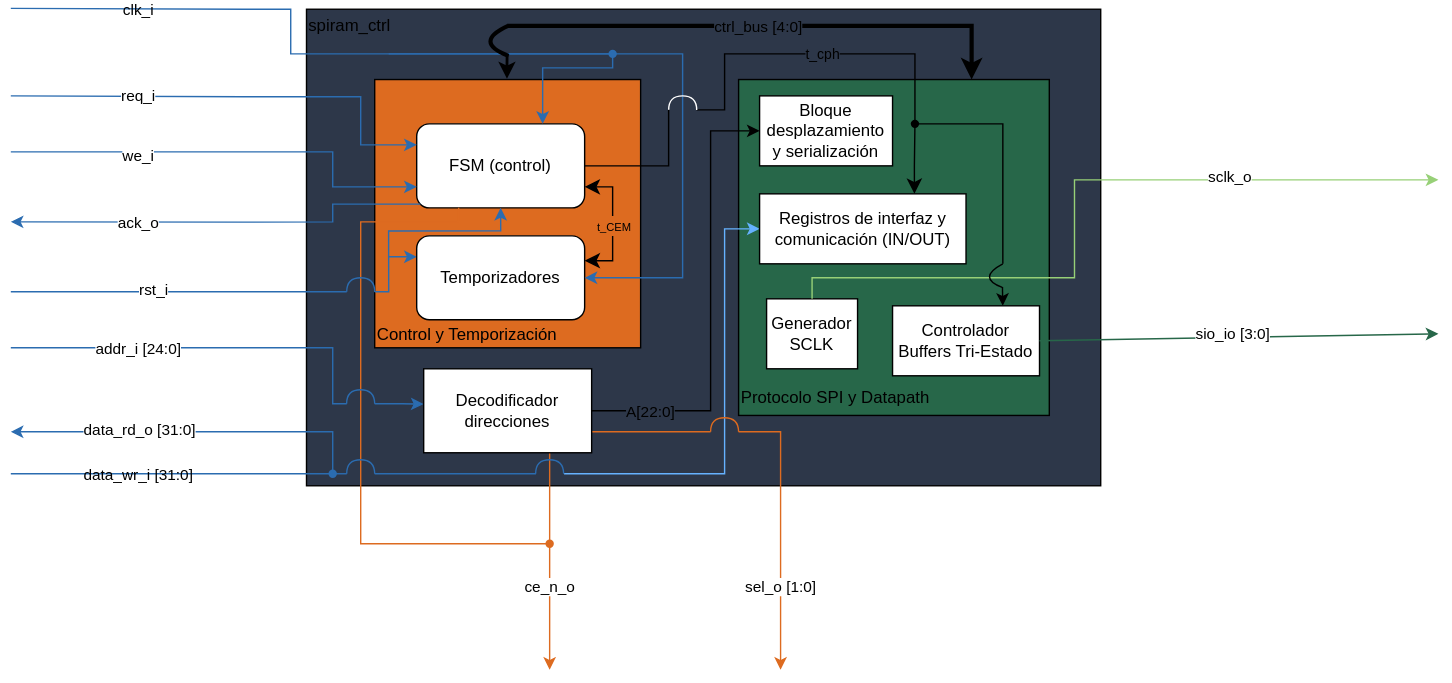
Above: Images/Expanded_Box.svg in KUBIX2026/SPI_RAM (draw.io), before the change. Source tidied: cells renumbered, new cells last; positions are measured from the earlier drawing's top-left corner, leaving out a move shared by most shapes.
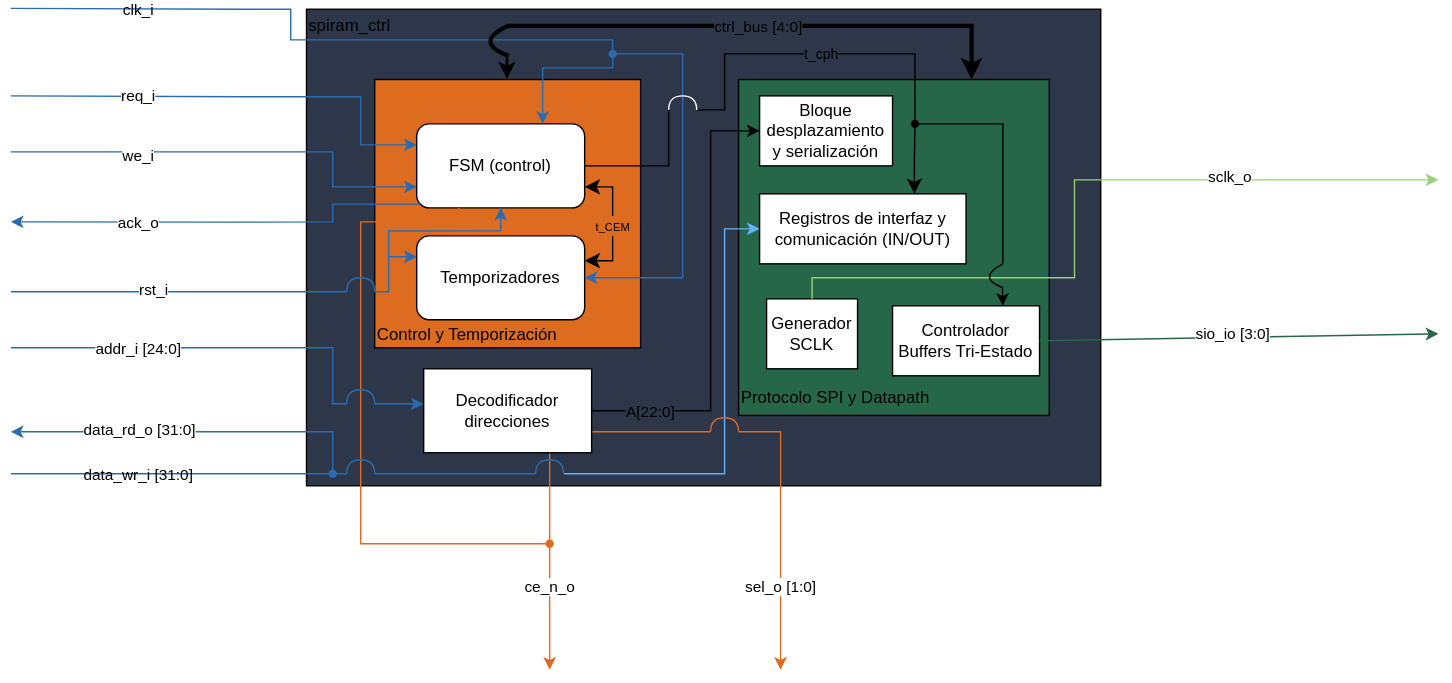
The same diagram one commit later.

Change to the diagram source:
```diff
@@ -124,29 +124,31 @@
     <mxCell id="25" value="Controlador Buffers Tri-Estado" style="rounded=0;whiteSpace=wrap;html=1;" parent="1" vertex="1">
       <mxGeometry x="630" y="213" width="105" height="50" as="geometry" />
     </mxCell>
-    <mxCell id="26" style="edgeStyle=none;rounded=0;jettySize=auto;html=1;exitDx=0;exitDy=0;defaultLabelBackgroundColor=page;strokeColor=light-dark(#2B6CB0,#2B6CB0);endArrow=none;endFill=0;startArrow=none;startFill=0;" parent="1" edge="1" source="30">
-      <mxGeometry x="-0.72" relative="1" as="geometry">
+    <mxCell id="26" style="edgeStyle=none;rounded=0;jettySize=auto;html=1;defaultLabelBackgroundColor=page;strokeColor=light-dark(#2B6CB0,#2B6CB0);endArrow=none;endFill=0;startArrow=none;startFill=0;exitX=0.446;exitY=-0.062;exitDx=0;exitDy=0;exitPerimeter=0;" parent="1" edge="1" source="30">
+      <mxGeometry x="-0.68" relative="1" as="geometry">
         <mxPoint y="0.5" as="targetPoint" />
         <Array as="points">
-          <mxPoint x="250" y="33" />
-          <mxPoint x="200" y="33" />
+          <mxPoint x="430" y="23" />
+          <mxPoint x="390" y="23" />
+          <mxPoint x="340" y="23" />
+          <mxPoint x="250" y="23" />
+          <mxPoint x="200" y="23" />
           <mxPoint x="200" y="1.1" />
           <mxPoint x="165.9" y="1.1" />
         </Array>
       </mxGeometry>
     </mxCell>
     <mxCell id="27" style="edgeStyle=none;rounded=0;jettySize=auto;html=1;exitX=1;exitY=0.5;exitDx=0;exitDy=0;defaultLabelBackgroundColor=page;strokeColor=light-dark(#2B6CB0,#2B6CB0);endArrow=none;endFill=0;startArrow=classic;startFill=1;" parent="1" edge="1" source="16" target="30">
-      <mxGeometry x="-0.54" relative="1" as="geometry">
+      <mxGeometry x="-0.01" relative="1" as="geometry">
         <Array as="points">
           <mxPoint x="480" y="193" />
           <mxPoint x="480" y="133" />
           <mxPoint x="480" y="33" />
-          <mxPoint x="270" y="33" />
         </Array>
       </mxGeometry>
     </mxCell>
     <mxCell id="28" value="clk_i" style="edgeLabel;html=1;align=center;verticalAlign=middle;inheritText=1;defaultLabelBackgroundColor=page;" parent="27" vertex="1">
-      <mxGeometry x="-0.49" y="-2" relative="1" as="geometry">
+      <mxGeometry x="0.09" y="-2" relative="1" as="geometry">
         <mxPoint x="-392" y="-110" as="offset" />
       </mxGeometry>
     </mxCell>
```
